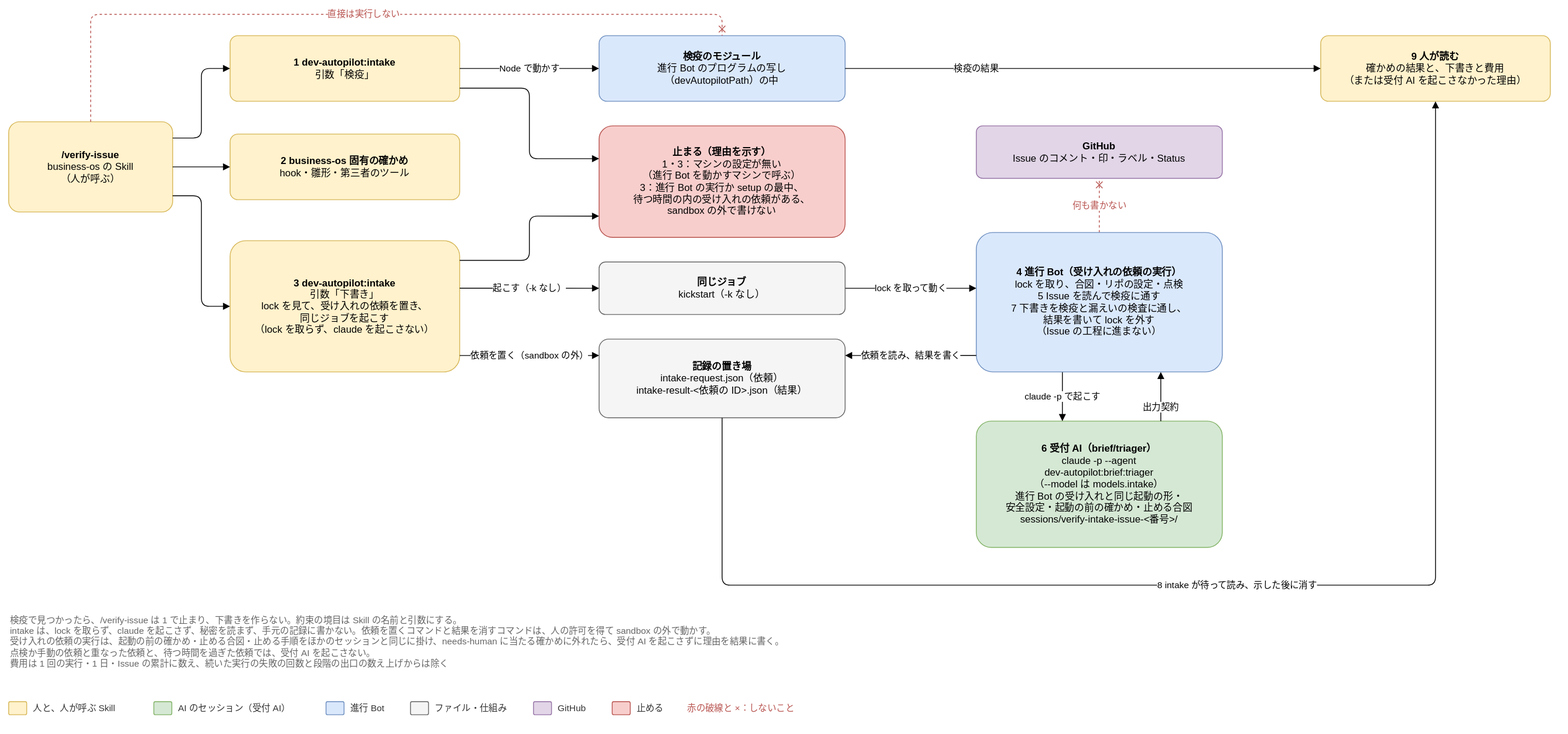
Earlier version of the draw.io export docs/design/basic/diagrams/03-human-intake.drawio.svg (Joymerrevent/dev-autopilot). Source tidied: cells renumbered, new cells last; positions are measured from the earlier drawing's top-left corner, leaving out a move shared by most shapes.
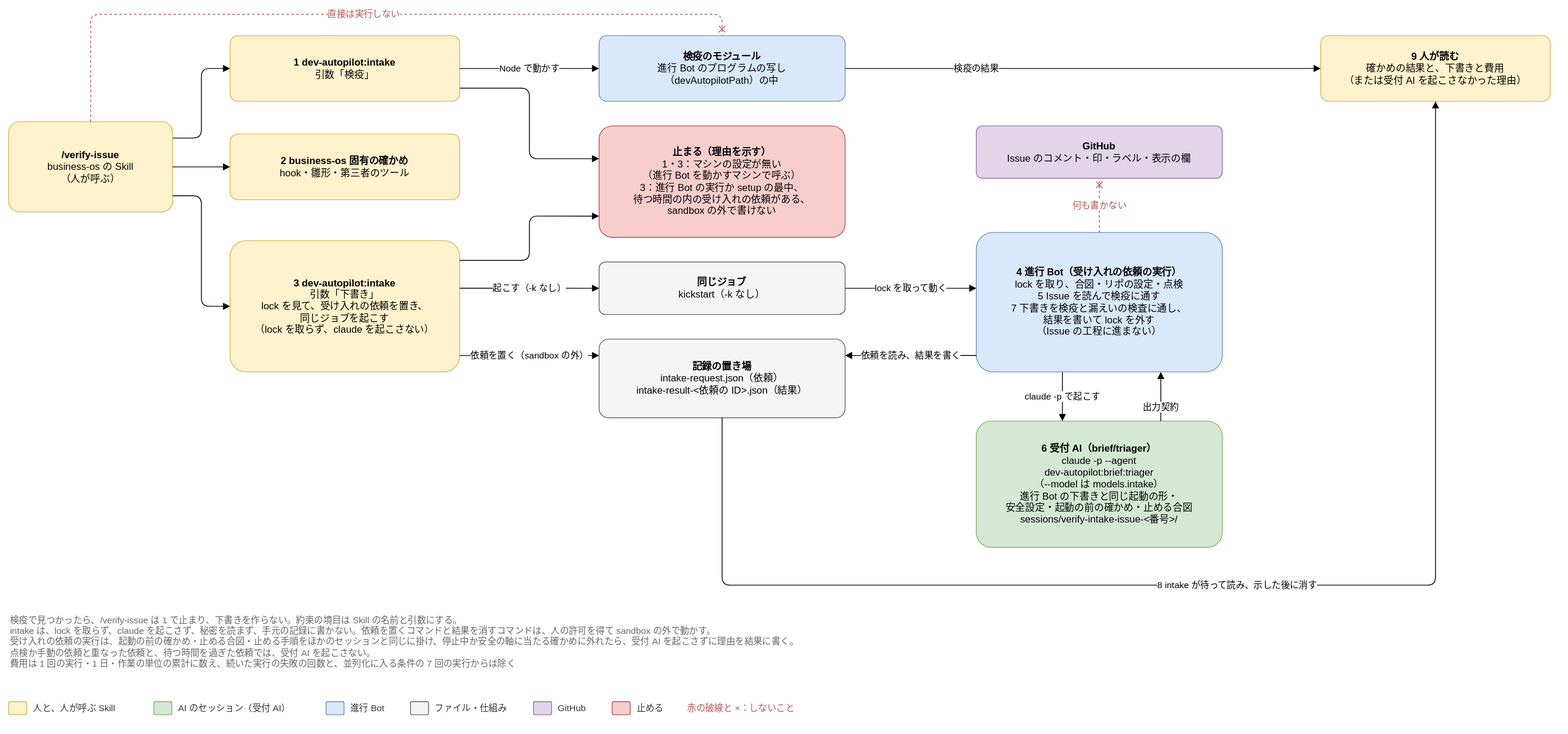
After the commit.

Commit message:
docs(design): 基本設計 03 の人の Skill から受け入れを呼ぶ形の図を作業の単位の模型に合わせる

03-human-intake の受付 AI の箱・GitHub の箱・注記の言葉を、下書き・表示の欄・
停止中か安全の軸・並列化に入る条件に直す。

Diff of the diagram source:
```diff
@@ -17,13 +17,13 @@
     <mxCell id="6" value="&lt;b&gt;検疫のモジュール&lt;/b&gt;&lt;br&gt;進行 Bot のプログラムの写し&lt;br&gt;（devAutopilotPath）の中" style="rounded=1;whiteSpace=wrap;html=1;fontSize=12;arcSize=12;spacing=12;fillColor=#dae8fc;strokeColor=#6c8ebf;" parent="1" vertex="1">
       <mxGeometry x="720" y="26" width="300" height="80" as="geometry" />
     </mxCell>
-    <mxCell id="7" value="&lt;b&gt;6 受付 AI（brief/triager）&lt;/b&gt;&lt;br&gt;claude -p --agent&lt;br&gt;dev-autopilot:brief:triager&lt;br&gt;（--model は models.intake）&lt;br&gt;進行 Bot の受け入れと同じ起動の形・&lt;br&gt;安全設定・起動の前の確かめ・止める合図&lt;br&gt;sessions/verify-intake-issue-&amp;lt;番号&amp;gt;/" style="rounded=1;whiteSpace=wrap;html=1;fontSize=12;arcSize=12;spacing=12;fillColor=#d5e8d4;strokeColor=#82b366;" parent="1" vertex="1">
+    <mxCell id="7" value="&lt;b&gt;6 受付 AI（brief/triager）&lt;/b&gt;&lt;br&gt;claude -p --agent&lt;br&gt;dev-autopilot:brief:triager&lt;br&gt;（--model は models.intake）&lt;br&gt;進行 Bot の下書きと同じ起動の形・&lt;br&gt;安全設定・起動の前の確かめ・止める合図&lt;br&gt;sessions/verify-intake-issue-&amp;lt;番号&amp;gt;/" style="rounded=1;whiteSpace=wrap;html=1;fontSize=12;arcSize=12;spacing=12;fillColor=#d5e8d4;strokeColor=#82b366;" parent="1" vertex="1">
       <mxGeometry x="1180" y="496" width="300" height="154" as="geometry" />
     </mxCell>
     <mxCell id="8" value="&lt;b&gt;9 人が読む&lt;/b&gt;&lt;br&gt;確かめの結果と、下書きと費用&lt;br&gt;（または受付 AI を起こさなかった理由）" style="rounded=1;whiteSpace=wrap;html=1;fontSize=12;arcSize=12;spacing=12;fillColor=#fff2cc;strokeColor=#d6b656;" parent="1" vertex="1">
       <mxGeometry x="1600" y="26" width="280" height="80" as="geometry" />
     </mxCell>
-    <mxCell id="9" value="&lt;b&gt;GitHub&lt;/b&gt;&lt;br&gt;Issue のコメント・印・ラベル・Status" style="rounded=1;whiteSpace=wrap;html=1;fontSize=12;arcSize=12;spacing=12;fillColor=#e1d5e7;strokeColor=#9673a6;" parent="1" vertex="1">
+    <mxCell id="9" value="&lt;b&gt;GitHub&lt;/b&gt;&lt;br&gt;Issue のコメント・印・ラベル・表示の欄" style="rounded=1;whiteSpace=wrap;html=1;fontSize=12;arcSize=12;spacing=12;fillColor=#e1d5e7;strokeColor=#9673a6;" parent="1" vertex="1">
       <mxGeometry x="1180" y="136" width="300" height="64" as="geometry" />
     </mxCell>
     <mxCell id="10" style="edgeStyle=orthogonalEdgeStyle;rounded=1;html=1;endArrow=block;endFill=1;fontSize=11;labelBackgroundColor=#ffffff;exitX=1;exitY=0.18;exitDx=0;exitDy=0;entryX=0;entryY=0.5;entryDx=0;entryDy=0;" parent="1" edge="1" source="2" target="3">
@@ -58,7 +58,7 @@
     <mxCell id="18" value="何も書かない" style="edgeStyle=orthogonalEdgeStyle;rounded=1;html=1;endArrow=block;endFill=1;fontSize=11;labelBackgroundColor=#ffffff;dashed=1;strokeColor=#b85450;fontColor=#b85450;endArrow=cross;endFill=0;exitX=0.5;exitY=0;exitDx=0;exitDy=0;entryX=0.5;entryY=1;entryDx=0;entryDy=0;" parent="1" edge="1" source="22" target="9">
       <mxGeometry relative="1" as="geometry" />
     </mxCell>
-    <mxCell id="19" value="検疫で見つかったら、/verify-issue は 1 で止まり、下書きを作らない。約束の境目は Skill の名前と引数にする。&lt;br&gt;intake は、lock を取らず、claude を起こさず、秘密を読まず、手元の記録に書かない。依頼を置くコマンドと結果を消すコマンドは、人の許可を得て sandbox の外で動かす。&lt;br&gt;受け入れの依頼の実行は、起動の前の確かめ・止める合図・止める手順をほかのセッションと同じに掛け、needs-human に当たる確かめに外れたら、受付 AI を起こさずに理由を結果に書く。&lt;br&gt;点検か手動の依頼と重なった依頼と、待つ時間を過ぎた依頼では、受付 AI を起こさない。&lt;br&gt;費用は 1 回の実行・1 日・Issue の累計に数え、続いた実行の失敗の回数と段階の出口の数え上げからは除く" style="text;html=1;whiteSpace=wrap;align=left;verticalAlign=top;fontSize=11;fontColor=#666666;" parent="1" vertex="1">
+    <mxCell id="19" value="検疫で見つかったら、/verify-issue は 1 で止まり、下書きを作らない。約束の境目は Skill の名前と引数にする。&lt;br&gt;intake は、lock を取らず、claude を起こさず、秘密を読まず、手元の記録に書かない。依頼を置くコマンドと結果を消すコマンドは、人の許可を得て sandbox の外で動かす。&lt;br&gt;受け入れの依頼の実行は、起動の前の確かめ・止める合図・止める手順をほかのセッションと同じに掛け、停止中か安全の軸に当たる確かめに外れたら、受付 AI を起こさずに理由を結果に書く。&lt;br&gt;点検か手動の依頼と重なった依頼と、待つ時間を過ぎた依頼では、受付 AI を起こさない。&lt;br&gt;費用は 1 回の実行・1 日・作業の単位の累計に数え、続いた実行の失敗の回数と、並列化に入る条件の 7 回の実行からは除く" style="text;html=1;whiteSpace=wrap;align=left;verticalAlign=top;fontSize=11;fontColor=#666666;" parent="1" vertex="1">
       <mxGeometry y="726" width="1880" height="92" as="geometry" />
     </mxCell>
     <mxCell id="20" value="赤の破線と ×：しないこと" style="text;html=1;align=left;verticalAlign=middle;fontSize=11;fontColor=#333333;fontColor=#b85450;" parent="1" vertex="1">
```
